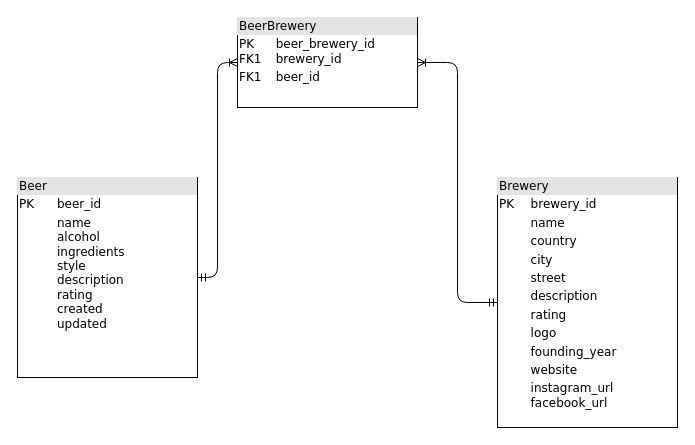
This is DB Diagram.drawio from YaraBlack/BeerList-django-backend, a draw.io file, before an edit. Source tidied: cells renumbered, new cells numbered last; positions are measured from the earlier drawing's top-left corner, leaving out a move shared by most shapes. Both pictures are drawn from the tidied source at 100%, with x=0, y=0 at pixel (17, 17).
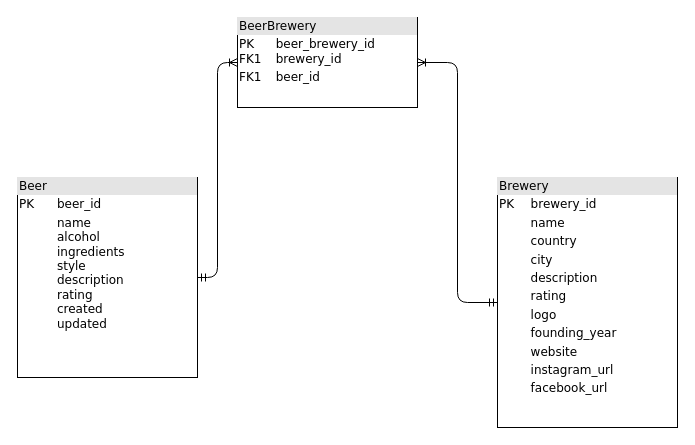
The same diagram, later.

The edit, as a diff of the source:
```diff
@@
 <mxGraphModel>
   <root>
     <mxCell id="0" />
     <mxCell id="1" parent="0" />
     <mxCell id="2" style="edgeStyle=orthogonalEdgeStyle;html=1;labelBackgroundColor=none;startArrow=ERmandOne;endArrow=ERoneToMany;fontFamily=Verdana;fontSize=12;align=left;rounded=1;curved=0;startFill=0;entryX=0;entryY=0.5;entryDx=0;entryDy=0;" parent="1" edge="1" source="3" target="5">
       <mxGeometry relative="1" as="geometry" />
     </mxCell>
     <mxCell id="3" value="&lt;div style=&quot;box-sizing: border-box; width: 100%; background: rgb(228, 228, 228); padding: 2px;&quot;&gt;Beer&lt;/div&gt;&lt;table style=&quot;width: 100% ; font-size: 1em&quot; cellpadding=&quot;2&quot; cellspacing=&quot;0&quot;&gt;&lt;tbody&gt;&lt;tr&gt;&lt;td&gt;PK&lt;/td&gt;&lt;td&gt;beer_id&lt;/td&gt;&lt;/tr&gt;&lt;tr&gt;&lt;td&gt;&lt;br&gt;&lt;/td&gt;&lt;td&gt;name&lt;br&gt;alcohol&lt;br&gt;ingredients&lt;br&gt;style&lt;br&gt;description&lt;br&gt;rating&lt;br&gt;created&lt;br&gt;updated&lt;/td&gt;&lt;/tr&gt;&lt;tr&gt;&lt;td&gt;&lt;br&gt;&lt;/td&gt;&lt;td&gt;&lt;br&gt;&lt;/td&gt;&lt;/tr&gt;&lt;tr&gt;&lt;td&gt;&lt;br&gt;&lt;/td&gt;&lt;td&gt;&lt;br&gt;&lt;/td&gt;&lt;/tr&gt;&lt;tr&gt;&lt;td&gt;&lt;br&gt;&lt;/td&gt;&lt;td&gt;&lt;br&gt;&lt;/td&gt;&lt;/tr&gt;&lt;tr&gt;&lt;td&gt;&lt;br&gt;&lt;/td&gt;&lt;td&gt;&lt;br&gt;&lt;/td&gt;&lt;/tr&gt;&lt;/tbody&gt;&lt;/table&gt;" style="verticalAlign=top;align=left;overflow=fill;html=1;rounded=0;shadow=0;comic=0;labelBackgroundColor=none;strokeWidth=1;fontFamily=Verdana;fontSize=12;" parent="1" vertex="1">
       <mxGeometry y="160" width="180" height="200" as="geometry" />
     </mxCell>
-    <mxCell id="4" value="&lt;div style=&quot;box-sizing: border-box; width: 100%; background: rgb(228, 228, 228); padding: 2px;&quot;&gt;Brewery&lt;/div&gt;&lt;table style=&quot;width: 100% ; font-size: 1em&quot; cellpadding=&quot;2&quot; cellspacing=&quot;0&quot;&gt;&lt;tbody&gt;&lt;tr&gt;&lt;td&gt;PK&lt;/td&gt;&lt;td&gt;brewery_id&lt;/td&gt;&lt;/tr&gt;&lt;tr&gt;&lt;td&gt;&lt;br&gt;&lt;/td&gt;&lt;td&gt;name&lt;/td&gt;&lt;/tr&gt;&lt;tr&gt;&lt;td&gt;&lt;/td&gt;&lt;td&gt;country&lt;br&gt;&lt;/td&gt;&lt;/tr&gt;&lt;tr&gt;&lt;td&gt;&lt;br&gt;&lt;/td&gt;&lt;td&gt;city&lt;/td&gt;&lt;/tr&gt;&lt;tr&gt;&lt;td&gt;&lt;br&gt;&lt;/td&gt;&lt;td&gt;street&lt;br&gt;&lt;/td&gt;&lt;/tr&gt;&lt;tr&gt;&lt;td&gt;&lt;br&gt;&lt;/td&gt;&lt;td&gt;description&lt;br&gt;&lt;/td&gt;&lt;/tr&gt;&lt;tr&gt;&lt;td&gt;&lt;br&gt;&lt;/td&gt;&lt;td&gt;rating&lt;br&gt;&lt;/td&gt;&lt;/tr&gt;&lt;tr&gt;&lt;td&gt;&lt;br&gt;&lt;/td&gt;&lt;td&gt;logo&lt;br&gt;&lt;/td&gt;&lt;/tr&gt;&lt;tr&gt;&lt;td&gt;&lt;br&gt;&lt;/td&gt;&lt;td&gt;founding_year&lt;br&gt;&lt;/td&gt;&lt;/tr&gt;&lt;tr&gt;&lt;td&gt;&lt;br&gt;&lt;/td&gt;&lt;td&gt;website&lt;br&gt;&lt;/td&gt;&lt;/tr&gt;&lt;tr&gt;&lt;td&gt;&lt;br&gt;&lt;/td&gt;&lt;td&gt;instagram_url&lt;br&gt;facebook_url&lt;br&gt;&lt;/td&gt;&lt;/tr&gt;&lt;tr&gt;&lt;td&gt;&lt;br&gt;&lt;/td&gt;&lt;td&gt;&lt;br&gt;&lt;/td&gt;&lt;/tr&gt;&lt;tr&gt;&lt;td&gt;&lt;br&gt;&lt;/td&gt;&lt;td&gt;&lt;br&gt;&lt;/td&gt;&lt;/tr&gt;&lt;/tbody&gt;&lt;/table&gt;" style="verticalAlign=top;align=left;overflow=fill;html=1;rounded=0;shadow=0;comic=0;labelBackgroundColor=none;strokeWidth=1;fontFamily=Verdana;fontSize=12;labelBorderColor=none;strokeColor=default;" parent="1" vertex="1">
+    <mxCell id="4" value="&lt;div style=&quot;box-sizing: border-box; width: 100%; background: rgb(228, 228, 228); padding: 2px;&quot;&gt;Brewery&lt;/div&gt;&lt;table style=&quot;width: 100% ; font-size: 1em&quot; cellpadding=&quot;2&quot; cellspacing=&quot;0&quot;&gt;&lt;tbody&gt;&lt;tr&gt;&lt;td&gt;PK&lt;/td&gt;&lt;td&gt;brewery_id&lt;/td&gt;&lt;/tr&gt;&lt;tr&gt;&lt;td&gt;&lt;br&gt;&lt;/td&gt;&lt;td&gt;name&lt;/td&gt;&lt;/tr&gt;&lt;tr&gt;&lt;td&gt;&lt;/td&gt;&lt;td&gt;country&lt;br&gt;&lt;/td&gt;&lt;/tr&gt;&lt;tr&gt;&lt;td&gt;&lt;br&gt;&lt;/td&gt;&lt;td&gt;city&lt;/td&gt;&lt;/tr&gt;&lt;tr&gt;&lt;td&gt;&lt;br&gt;&lt;/td&gt;&lt;td&gt;description&lt;br&gt;&lt;/td&gt;&lt;/tr&gt;&lt;tr&gt;&lt;td&gt;&lt;br&gt;&lt;/td&gt;&lt;td&gt;rating&lt;br&gt;&lt;/td&gt;&lt;/tr&gt;&lt;tr&gt;&lt;td&gt;&lt;br&gt;&lt;/td&gt;&lt;td&gt;logo&lt;br&gt;&lt;/td&gt;&lt;/tr&gt;&lt;tr&gt;&lt;td&gt;&lt;br&gt;&lt;/td&gt;&lt;td&gt;founding_year&lt;br&gt;&lt;/td&gt;&lt;/tr&gt;&lt;tr&gt;&lt;td&gt;&lt;br&gt;&lt;/td&gt;&lt;td&gt;website&lt;br&gt;&lt;/td&gt;&lt;/tr&gt;&lt;tr&gt;&lt;td&gt;&lt;br&gt;&lt;/td&gt;&lt;td&gt;instagram_url&lt;br&gt;&lt;/td&gt;&lt;/tr&gt;&lt;tr&gt;&lt;td&gt;&lt;br&gt;&lt;/td&gt;&lt;td&gt;facebook_url&lt;/td&gt;&lt;/tr&gt;&lt;tr&gt;&lt;td&gt;&lt;br&gt;&lt;/td&gt;&lt;td&gt;&lt;br&gt;&lt;/td&gt;&lt;/tr&gt;&lt;tr&gt;&lt;td&gt;&lt;br&gt;&lt;/td&gt;&lt;td&gt;&lt;br&gt;&lt;/td&gt;&lt;/tr&gt;&lt;/tbody&gt;&lt;/table&gt;" style="verticalAlign=top;align=left;overflow=fill;html=1;rounded=0;shadow=0;comic=0;labelBackgroundColor=none;strokeWidth=1;fontFamily=Verdana;fontSize=12;labelBorderColor=none;strokeColor=default;" parent="1" vertex="1">
       <mxGeometry x="480" y="160" width="180" height="250" as="geometry" />
     </mxCell>
     <mxCell id="5" value="&lt;div style=&quot;box-sizing: border-box; width: 100%; background: rgb(228, 228, 228); padding: 2px;&quot;&gt;BeerBrewery&lt;br&gt;&lt;/div&gt;&lt;table style=&quot;width:100%;font-size:1em;&quot; cellpadding=&quot;2&quot; cellspacing=&quot;0&quot;&gt;&lt;tbody&gt;&lt;tr&gt;&lt;td&gt;PK&lt;br&gt;FK1&lt;/td&gt;&lt;td&gt;beer_brewery_id&lt;br&gt;brewery_id&lt;br&gt;&lt;/td&gt;&lt;/tr&gt;&lt;tr&gt;&lt;td&gt;FK1&lt;/td&gt;&lt;td&gt;beer_id&lt;/td&gt;&lt;/tr&gt;&lt;tr&gt;&lt;td&gt;&lt;/td&gt;&lt;td&gt;&lt;br&gt;&lt;/td&gt;&lt;/tr&gt;&lt;/tbody&gt;&lt;/table&gt;" style="verticalAlign=top;align=left;overflow=fill;html=1;rounded=0;shadow=0;comic=0;labelBackgroundColor=none;strokeWidth=1;fontFamily=Verdana;fontSize=12;" parent="1" vertex="1">
       <mxGeometry x="220" width="180" height="90" as="geometry" />
     </mxCell>
     <mxCell id="6" style="edgeStyle=orthogonalEdgeStyle;html=1;labelBackgroundColor=none;startArrow=ERmandOne;endArrow=ERoneToMany;fontFamily=Verdana;fontSize=12;align=left;rounded=1;curved=0;startFill=0;entryX=1;entryY=0.5;entryDx=0;entryDy=0;exitX=0;exitY=0.5;exitDx=0;exitDy=0;" parent="1" edge="1" source="4" target="5">
       <mxGeometry relative="1" as="geometry" />
     </mxCell>
   </root>
 </mxGraphModel>
```
